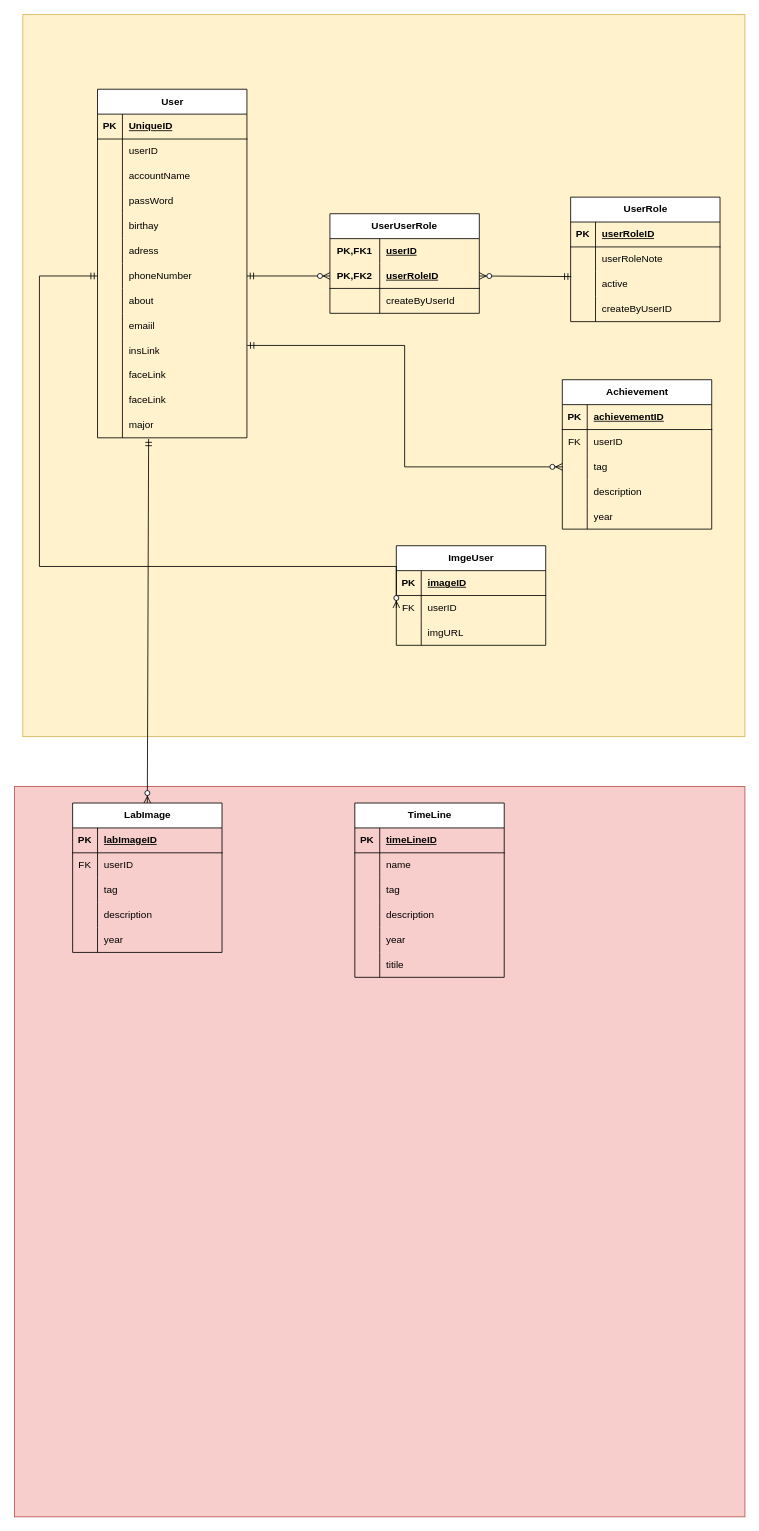
This is Untitled Diagram.drawio from SiZedYi/H32_Blog, a draw.io file, before an edit. Source tidied: cells renumbered, new cells numbered last; positions are measured from the earlier drawing's top-left corner, leaving out a move shared by most shapes. Both pictures are drawn from the tidied source at 83%, with x=0, y=0 at pixel (14, 14).
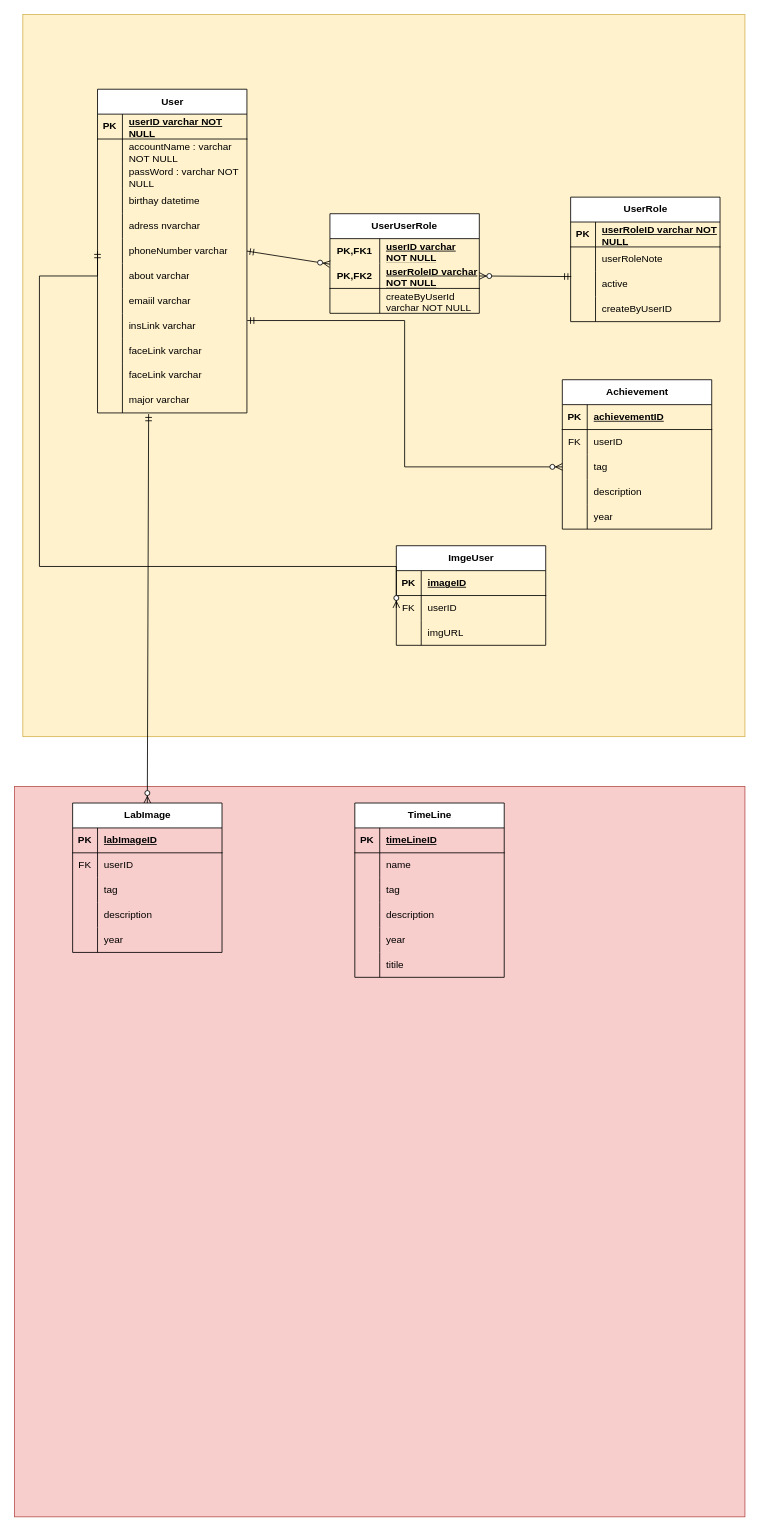
After the change.

Unchanged cells that the change refers to:
```xml
<mxCell id="5" style="shape=tableRow;horizontal=0;startSize=0;swimlaneHead=0;swimlaneBody=0;fillColor=none;top=0;left=0;right=0;bottom=1;" parent="4" vertex="1">
  <mxGeometry y="30" width="180" height="30" as="geometry" />
</mxCell>
<mxCell id="45" style="shape=tableRow;horizontal=0;startSize=0;swimlaneHead=0;swimlaneBody=0;fillColor=none;top=0;left=0;right=0;bottom=0;html=1;" parent="44" vertex="1">
  <mxGeometry y="30" width="180" height="30" as="geometry" />
</mxCell>
<mxCell id="48" style="shape=tableRow;horizontal=0;startSize=0;swimlaneHead=0;swimlaneBody=0;fillColor=none;points=[[0,0.5],[1,0.5]];portConstraint=eastwest;top=0;left=0;right=0;bottom=1;html=1;" parent="44" vertex="1">
  <mxGeometry y="60" width="180" height="30" as="geometry" />
</mxCell>
<mxCell id="51" style="shape=tableRow;horizontal=0;startSize=0;swimlaneHead=0;swimlaneBody=0;fillColor=none;top=0;left=0;right=0;bottom=0;html=1;" parent="44" vertex="1">
  <mxGeometry y="90" width="180" height="30" as="geometry" />
</mxCell>
<mxCell id="55" style="shape=tableRow;horizontal=0;startSize=0;swimlaneHead=0;swimlaneBody=0;fillColor=none;top=0;left=0;right=0;bottom=1;" parent="54" vertex="1">
  <mxGeometry y="30" width="180" height="30" as="geometry" />
</mxCell>
```

Change to the diagram source:
```diff
@@
     <mxCell id="4" value="User" style="shape=table;startSize=30;childLayout=tableLayout;rowLines=0;fontStyle=1;align=center;html=1;" parent="1" vertex="1">
-      <mxGeometry x="100" y="90" width="180" height="420" as="geometry" />
+      <mxGeometry x="100" y="90" width="180" height="390" as="geometry" />
     </mxCell>
@@
-    <mxCell id="7" value="UniqueID" style="shape=partialRectangle;fillColor=none;top=0;left=0;bottom=0;right=0;align=left;spacingLeft=6;fontStyle=5;overflow=hidden;whiteSpace=wrap;html=1;" parent="5" vertex="1">
+    <mxCell id="7" value="userID varchar NOT NULL" style="shape=partialRectangle;fillColor=none;top=0;left=0;bottom=0;right=0;align=left;spacingLeft=6;fontStyle=5;overflow=hidden;whiteSpace=wrap;html=1;" parent="5" vertex="1">
       <mxGeometry x="30" width="150" height="30" as="geometry" />
     </mxCell>
-    <mxCell id="8" style="shape=tableRow;horizontal=0;startSize=0;swimlaneHead=0;swimlaneBody=0;fillColor=none;top=0;left=0;right=0;bottom=0;" parent="4" vertex="1">
-      <mxGeometry y="60" width="180" height="30" as="geometry" />
-    </mxCell>
-    <mxCell id="9" style="shape=partialRectangle;fillColor=none;top=0;left=0;bottom=0;right=0;overflow=hidden;whiteSpace=wrap;html=1;" parent="8" vertex="1">
-      <mxGeometry width="30" height="30" as="geometry" />
-    </mxCell>
-    <mxCell id="10" value="userID" style="shape=partialRectangle;fillColor=none;top=0;left=0;bottom=0;right=0;align=left;spacingLeft=6;overflow=hidden;whiteSpace=wrap;html=1;" parent="8" vertex="1">
-      <mxGeometry x="30" width="150" height="30" as="geometry" />
-    </mxCell>
     <mxCell id="11" style="shape=tableRow;horizontal=0;startSize=0;swimlaneHead=0;swimlaneBody=0;fillColor=none;top=0;left=0;right=0;bottom=0;" parent="4" vertex="1">
-      <mxGeometry y="90" width="180" height="30" as="geometry" />
+      <mxGeometry y="60" width="180" height="30" as="geometry" />
     </mxCell>
@@
-    <mxCell id="13" value="accountName" style="shape=partialRectangle;fillColor=none;top=0;left=0;bottom=0;right=0;align=left;spacingLeft=6;overflow=hidden;whiteSpace=wrap;html=1;" parent="11" vertex="1">
+    <mxCell id="13" value="accountName : varchar NOT NULL" style="shape=partialRectangle;fillColor=none;top=0;left=0;bottom=0;right=0;align=left;spacingLeft=6;overflow=hidden;whiteSpace=wrap;html=1;" parent="11" vertex="1">
       <mxGeometry x="30" width="150" height="30" as="geometry" />
     </mxCell>
     <mxCell id="14" style="shape=tableRow;horizontal=0;startSize=0;swimlaneHead=0;swimlaneBody=0;fillColor=none;top=0;left=0;right=0;bottom=0;" parent="4" vertex="1">
-      <mxGeometry y="120" width="180" height="30" as="geometry" />
+      <mxGeometry y="90" width="180" height="30" as="geometry" />
     </mxCell>
@@
-    <mxCell id="16" value="passWord" style="shape=partialRectangle;fillColor=none;top=0;left=0;bottom=0;right=0;align=left;spacingLeft=6;overflow=hidden;whiteSpace=wrap;html=1;" parent="14" vertex="1">
+    <mxCell id="16" value="passWord : varchar NOT NULL&lt;br&gt;&amp;nbsp;" style="shape=partialRectangle;fillColor=none;top=0;left=0;bottom=0;right=0;align=left;spacingLeft=6;overflow=hidden;whiteSpace=wrap;html=1;" parent="14" vertex="1">
       <mxGeometry x="30" width="150" height="30" as="geometry" />
     </mxCell>
     <mxCell id="17" style="shape=tableRow;horizontal=0;startSize=0;swimlaneHead=0;swimlaneBody=0;fillColor=none;top=0;left=0;right=0;bottom=0;" parent="4" vertex="1">
-      <mxGeometry y="150" width="180" height="30" as="geometry" />
+      <mxGeometry y="120" width="180" height="30" as="geometry" />
     </mxCell>
@@
-    <mxCell id="19" value="birthay" style="shape=partialRectangle;fillColor=none;top=0;left=0;bottom=0;right=0;align=left;spacingLeft=6;overflow=hidden;whiteSpace=wrap;html=1;" parent="17" vertex="1">
+    <mxCell id="19" value="birthay datetime" style="shape=partialRectangle;fillColor=none;top=0;left=0;bottom=0;right=0;align=left;spacingLeft=6;overflow=hidden;whiteSpace=wrap;html=1;" parent="17" vertex="1">
       <mxGeometry x="30" width="150" height="30" as="geometry" />
     </mxCell>
     <mxCell id="20" style="shape=tableRow;horizontal=0;startSize=0;swimlaneHead=0;swimlaneBody=0;fillColor=none;top=0;left=0;right=0;bottom=0;" parent="4" vertex="1">
-      <mxGeometry y="180" width="180" height="30" as="geometry" />
+      <mxGeometry y="150" width="180" height="30" as="geometry" />
     </mxCell>
@@
-    <mxCell id="22" value="adress" style="shape=partialRectangle;fillColor=none;top=0;left=0;bottom=0;right=0;align=left;spacingLeft=6;overflow=hidden;whiteSpace=wrap;html=1;" parent="20" vertex="1">
+    <mxCell id="22" value="adress nvarchar" style="shape=partialRectangle;fillColor=none;top=0;left=0;bottom=0;right=0;align=left;spacingLeft=6;overflow=hidden;whiteSpace=wrap;html=1;" parent="20" vertex="1">
       <mxGeometry x="30" width="150" height="30" as="geometry" />
     </mxCell>
     <mxCell id="23" style="shape=tableRow;horizontal=0;startSize=0;swimlaneHead=0;swimlaneBody=0;fillColor=none;points=[[0,0.5],[1,0.5]];portConstraint=eastwest;top=0;left=0;right=0;bottom=0;" parent="4" vertex="1">
-      <mxGeometry y="210" width="180" height="30" as="geometry" />
+      <mxGeometry y="180" width="180" height="30" as="geometry" />
     </mxCell>
@@
-    <mxCell id="25" value="phoneNumber" style="shape=partialRectangle;fillColor=none;top=0;left=0;bottom=0;right=0;align=left;spacingLeft=6;overflow=hidden;whiteSpace=wrap;html=1;" parent="23" vertex="1">
+    <mxCell id="25" value="phoneNumber&amp;nbsp;varchar" style="shape=partialRectangle;fillColor=none;top=0;left=0;bottom=0;right=0;align=left;spacingLeft=6;overflow=hidden;whiteSpace=wrap;html=1;" parent="23" vertex="1">
       <mxGeometry x="30" width="150" height="30" as="geometry" />
     </mxCell>
     <mxCell id="26" style="shape=tableRow;horizontal=0;startSize=0;swimlaneHead=0;swimlaneBody=0;fillColor=none;top=0;left=0;right=0;bottom=0;" parent="4" vertex="1">
-      <mxGeometry y="240" width="180" height="30" as="geometry" />
+      <mxGeometry y="210" width="180" height="30" as="geometry" />
     </mxCell>
@@
-    <mxCell id="28" value="about" style="shape=partialRectangle;fillColor=none;top=0;left=0;bottom=0;right=0;align=left;spacingLeft=6;overflow=hidden;whiteSpace=wrap;html=1;" parent="26" vertex="1">
+    <mxCell id="28" value="about&amp;nbsp;varchar" style="shape=partialRectangle;fillColor=none;top=0;left=0;bottom=0;right=0;align=left;spacingLeft=6;overflow=hidden;whiteSpace=wrap;html=1;" parent="26" vertex="1">
       <mxGeometry x="30" width="150" height="30" as="geometry" />
     </mxCell>
     <mxCell id="29" style="shape=tableRow;horizontal=0;startSize=0;swimlaneHead=0;swimlaneBody=0;fillColor=none;top=0;left=0;right=0;bottom=0;" parent="4" vertex="1">
-      <mxGeometry y="270" width="180" height="30" as="geometry" />
+      <mxGeometry y="240" width="180" height="30" as="geometry" />
     </mxCell>
@@
-    <mxCell id="31" value="emaiil" style="shape=partialRectangle;fillColor=none;top=0;left=0;bottom=0;right=0;align=left;spacingLeft=6;overflow=hidden;whiteSpace=wrap;html=1;" parent="29" vertex="1">
+    <mxCell id="31" value="emaiil&amp;nbsp;varchar" style="shape=partialRectangle;fillColor=none;top=0;left=0;bottom=0;right=0;align=left;spacingLeft=6;overflow=hidden;whiteSpace=wrap;html=1;" parent="29" vertex="1">
       <mxGeometry x="30" width="150" height="30" as="geometry" />
     </mxCell>
     <mxCell id="32" style="shape=tableRow;horizontal=0;startSize=0;swimlaneHead=0;swimlaneBody=0;fillColor=none;points=[[0,0.5],[1,0.5]];portConstraint=eastwest;top=0;left=0;right=0;bottom=0;" parent="4" vertex="1">
-      <mxGeometry y="300" width="180" height="30" as="geometry" />
+      <mxGeometry y="270" width="180" height="30" as="geometry" />
     </mxCell>
@@
-    <mxCell id="34" value="insLink" style="shape=partialRectangle;fillColor=none;top=0;left=0;bottom=0;right=0;align=left;spacingLeft=6;overflow=hidden;whiteSpace=wrap;html=1;" parent="32" vertex="1">
+    <mxCell id="34" value="insLink&amp;nbsp;varchar" style="shape=partialRectangle;fillColor=none;top=0;left=0;bottom=0;right=0;align=left;spacingLeft=6;overflow=hidden;whiteSpace=wrap;html=1;" parent="32" vertex="1">
       <mxGeometry x="30" width="150" height="30" as="geometry" />
     </mxCell>
     <mxCell id="35" style="shape=tableRow;horizontal=0;startSize=0;swimlaneHead=0;swimlaneBody=0;fillColor=none;top=0;left=0;right=0;bottom=0;" parent="4" vertex="1">
-      <mxGeometry y="330" width="180" height="30" as="geometry" />
+      <mxGeometry y="300" width="180" height="30" as="geometry" />
     </mxCell>
@@
-    <mxCell id="37" value="faceLink" style="shape=partialRectangle;fillColor=none;top=0;left=0;bottom=0;right=0;align=left;spacingLeft=6;overflow=hidden;whiteSpace=wrap;html=1;" parent="35" vertex="1">
+    <mxCell id="37" value="faceLink&amp;nbsp;varchar" style="shape=partialRectangle;fillColor=none;top=0;left=0;bottom=0;right=0;align=left;spacingLeft=6;overflow=hidden;whiteSpace=wrap;html=1;" parent="35" vertex="1">
       <mxGeometry x="30" width="150" height="30" as="geometry" />
     </mxCell>
     <mxCell id="38" style="shape=tableRow;horizontal=0;startSize=0;swimlaneHead=0;swimlaneBody=0;fillColor=none;top=0;left=0;right=0;bottom=0;" parent="4" vertex="1">
-      <mxGeometry y="360" width="180" height="30" as="geometry" />
+      <mxGeometry y="330" width="180" height="30" as="geometry" />
     </mxCell>
@@
-    <mxCell id="40" value="faceLink" style="shape=partialRectangle;fillColor=none;top=0;left=0;bottom=0;right=0;align=left;spacingLeft=6;overflow=hidden;whiteSpace=wrap;html=1;" parent="38" vertex="1">
+    <mxCell id="40" value="faceLink&amp;nbsp;varchar" style="shape=partialRectangle;fillColor=none;top=0;left=0;bottom=0;right=0;align=left;spacingLeft=6;overflow=hidden;whiteSpace=wrap;html=1;" parent="38" vertex="1">
       <mxGeometry x="30" width="150" height="30" as="geometry" />
     </mxCell>
     <mxCell id="41" style="shape=tableRow;horizontal=0;startSize=0;swimlaneHead=0;swimlaneBody=0;fillColor=none;points=[[0,0.5],[1,0.5]];portConstraint=eastwest;top=0;left=0;right=0;bottom=0;" parent="4" vertex="1">
-      <mxGeometry y="390" width="180" height="30" as="geometry" />
+      <mxGeometry y="360" width="180" height="30" as="geometry" />
     </mxCell>
@@
-    <mxCell id="43" value="major" style="shape=partialRectangle;fillColor=none;top=0;left=0;bottom=0;right=0;align=left;spacingLeft=6;overflow=hidden;whiteSpace=wrap;html=1;" parent="41" vertex="1">
+    <mxCell id="43" value="major varchar" style="shape=partialRectangle;fillColor=none;top=0;left=0;bottom=0;right=0;align=left;spacingLeft=6;overflow=hidden;whiteSpace=wrap;html=1;" parent="41" vertex="1">
       <mxGeometry x="30" width="150" height="30" as="geometry" />
     </mxCell>
@@
-    <mxCell id="47" value="userID" style="shape=partialRectangle;fillColor=none;top=0;left=0;bottom=0;right=0;align=left;spacingLeft=6;fontStyle=5;overflow=hidden;html=1;whiteSpace=wrap;" parent="45" vertex="1">
+    <mxCell id="47" value="userID varchar NOT NULL" style="shape=partialRectangle;fillColor=none;top=0;left=0;bottom=0;right=0;align=left;spacingLeft=6;fontStyle=5;overflow=hidden;html=1;whiteSpace=wrap;" parent="45" vertex="1">
       <mxGeometry x="60" width="120" height="30" as="geometry" />
     </mxCell>
@@
-    <mxCell id="50" value="userRoleID" style="shape=partialRectangle;fillColor=none;top=0;left=0;bottom=0;right=0;align=left;spacingLeft=6;fontStyle=5;overflow=hidden;html=1;whiteSpace=wrap;" parent="48" vertex="1">
+    <mxCell id="50" value="userRoleID varchar NOT NULL" style="shape=partialRectangle;fillColor=none;top=0;left=0;bottom=0;right=0;align=left;spacingLeft=6;fontStyle=5;overflow=hidden;html=1;whiteSpace=wrap;" parent="48" vertex="1">
       <mxGeometry x="60" width="120" height="30" as="geometry" />
     </mxCell>
@@
-    <mxCell id="53" value="createByUserId" style="shape=partialRectangle;fillColor=none;top=0;left=0;bottom=0;right=0;align=left;spacingLeft=6;overflow=hidden;html=1;whiteSpace=wrap;" parent="51" vertex="1">
+    <mxCell id="53" value="createByUserId varchar NOT NULL" style="shape=partialRectangle;fillColor=none;top=0;left=0;bottom=0;right=0;align=left;spacingLeft=6;overflow=hidden;html=1;whiteSpace=wrap;" parent="51" vertex="1">
       <mxGeometry x="60" width="120" height="30" as="geometry" />
     </mxCell>
@@
-    <mxCell id="57" value="userRoleID" style="shape=partialRectangle;fillColor=none;top=0;left=0;bottom=0;right=0;align=left;spacingLeft=6;fontStyle=5;overflow=hidden;whiteSpace=wrap;html=1;" parent="55" vertex="1">
+    <mxCell id="57" value="userRoleID varchar NOT NULL" style="shape=partialRectangle;fillColor=none;top=0;left=0;bottom=0;right=0;align=left;spacingLeft=6;fontStyle=5;overflow=hidden;whiteSpace=wrap;html=1;" parent="55" vertex="1">
       <mxGeometry x="30" width="150" height="30" as="geometry" />
     </mxCell>
```
